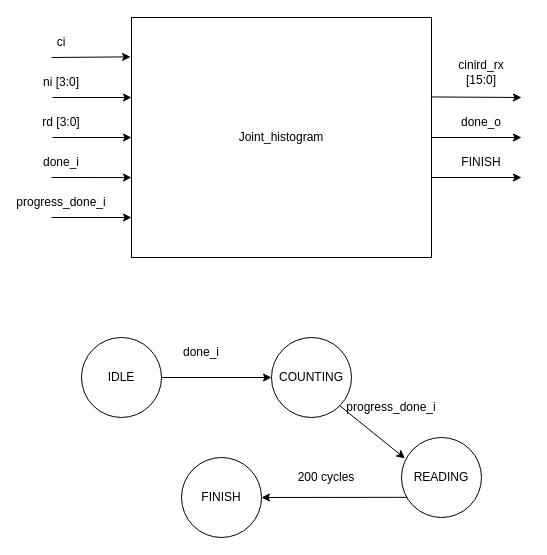
The draw.io diagram draw/JointHistogram.drawio in Hieuueihm/Thesis, before the edit. Source tidied: cells renumbered, new cells numbered last; positions are measured from the earlier drawing's top-left corner, leaving out a move shared by most shapes. Both pictures are drawn from the tidied source at 100%, with x=0, y=0 at pixel (31, 17).
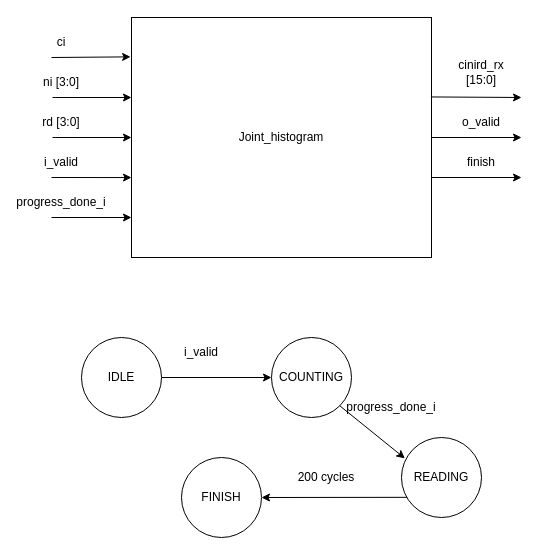
After the change.

The edit, as a diff of the source:
```diff
@@
-    <mxCell id="10" value="done_i" style="text;html=1;align=center;verticalAlign=middle;whiteSpace=wrap;rounded=0;" parent="1" vertex="1">
+    <mxCell id="10" value="i_valid" style="text;html=1;align=center;verticalAlign=middle;whiteSpace=wrap;rounded=0;" parent="1" vertex="1">
       <mxGeometry y="130" width="60" height="30" as="geometry" />
     </mxCell>
@@
-    <mxCell id="16" value="done_o" style="text;html=1;align=center;verticalAlign=middle;whiteSpace=wrap;rounded=0;" parent="1" vertex="1">
+    <mxCell id="16" value="o_valid" style="text;html=1;align=center;verticalAlign=middle;whiteSpace=wrap;rounded=0;" parent="1" vertex="1">
       <mxGeometry x="420" y="90" width="60" height="30" as="geometry" />
     </mxCell>
@@
-    <mxCell id="18" value="FINISH" style="text;html=1;align=center;verticalAlign=middle;whiteSpace=wrap;rounded=0;" parent="1" vertex="1">
+    <mxCell id="18" value="finish" style="text;html=1;align=center;verticalAlign=middle;whiteSpace=wrap;rounded=0;" parent="1" vertex="1">
       <mxGeometry x="420" y="130" width="60" height="30" as="geometry" />
     </mxCell>
@@
-    <mxCell id="22" value="done_i" style="text;html=1;align=center;verticalAlign=middle;whiteSpace=wrap;rounded=0;" parent="1" vertex="1">
+    <mxCell id="22" value="i_valid" style="text;html=1;align=center;verticalAlign=middle;whiteSpace=wrap;rounded=0;" parent="1" vertex="1">
       <mxGeometry x="140" y="320" width="60" height="30" as="geometry" />
     </mxCell>
```
